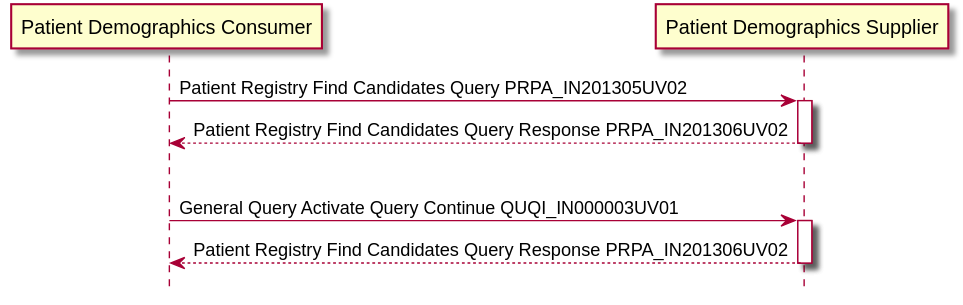
Before: assets/images/iti47.svg, a diagram exported from PlantUML (oehf/ipf-docs).
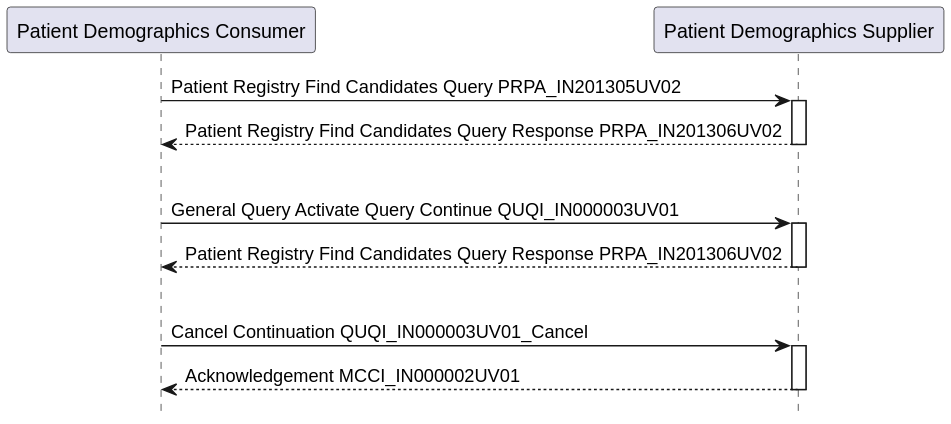
Above is the later version.

What changed in the source:
```diff
@@ -13,5 +13,9 @@
 activate SUP
 SUP --> CON : Patient Registry Find Candidates Query Response PRPA_IN201306UV02
 deactivate SUP
-
+|||
+CON -> SUP :Cancel Continuation QUQI_IN000003UV01_Cancel
+activate SUP
+SUP --> CON : Acknowledgement MCCI_IN000002UV01
+deactivate SUP
 @enduml
```
